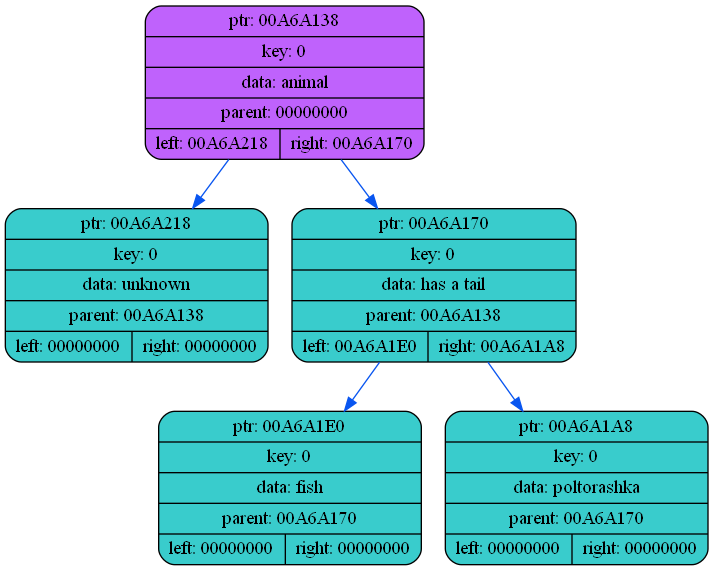
This is dump/dump3.png from coffee8cat/akinator, a Graphviz export, as it was before one commit. Its source is kept beside it as dump/dump3.dot.
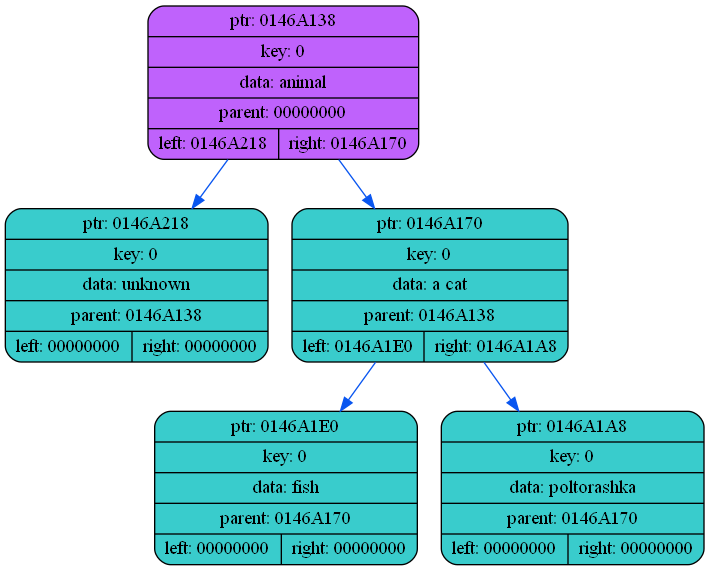
The same file after the commit.

Change to the diagram source:
```diff
@@ -2,13 +2,13 @@
 {
     rankdir=TP
 
-        node00A6A138[shape=record,style="rounded,filled",fillcolor="#BF62FC",label="{ ptr: 00A6A138 | key: 0 | data: animal| parent: 00000000| { left: 00A6A218 | right: 00A6A170 }}"];
-    node00A6A138 -> node00A6A218[color="#0855F0"]
-    node00A6A218[shape=record,style="rounded,filled",fillcolor="#39CCCC",label="{ ptr: 00A6A218 | key: 0 | data: unknown| parent: 00A6A138 | { left: 00000000 | right: 00000000 }}"];
-    node00A6A138 -> node00A6A170[color="#0855F0"]
-    node00A6A170[shape=record,style="rounded,filled",fillcolor="#39CCCC",label="{ ptr: 00A6A170 | key: 0 | data: has a tail| parent: 00A6A138 | { left: 00A6A1E0 | right: 00A6A1A8 }}"];
-    node00A6A170 -> node00A6A1E0[color="#0855F0"]
-    node00A6A1E0[shape=record,style="rounded,filled",fillcolor="#39CCCC",label="{ ptr: 00A6A1E0 | key: 0 | data: fish| parent: 00A6A170 | { left: 00000000 | right: 00000000 }}"];
-    node00A6A170 -> node00A6A1A8[color="#0855F0"]
-    node00A6A1A8[shape=record,style="rounded,filled",fillcolor="#39CCCC",label="{ ptr: 00A6A1A8 | key: 0 | data: poltorashka| parent: 00A6A170 | { left: 00000000 | right: 00000000 }}"];
+        node0146A138[shape=record,style="rounded,filled",fillcolor="#BF62FC",label="{ ptr: 0146A138 | key: 0 | data: animal| parent: 00000000| { left: 0146A218 | right: 0146A170 }}"];
+    node0146A138 -> node0146A218[color="#0855F0"]
+    node0146A218[shape=record,style="rounded,filled",fillcolor="#39CCCC",label="{ ptr: 0146A218 | key: 0 | data: unknown| parent: 0146A138 | { left: 00000000 | right: 00000000 }}"];
+    node0146A138 -> node0146A170[color="#0855F0"]
+    node0146A170[shape=record,style="rounded,filled",fillcolor="#39CCCC",label="{ ptr: 0146A170 | key: 0 | data: a cat| parent: 0146A138 | { left: 0146A1E0 | right: 0146A1A8 }}"];
+    node0146A170 -> node0146A1E0[color="#0855F0"]
+    node0146A1E0[shape=record,style="rounded,filled",fillcolor="#39CCCC",label="{ ptr: 0146A1E0 | key: 0 | data: fish| parent: 0146A170 | { left: 00000000 | right: 00000000 }}"];
+    node0146A170 -> node0146A1A8[color="#0855F0"]
+    node0146A1A8[shape=record,style="rounded,filled",fillcolor="#39CCCC",label="{ ptr: 0146A1A8 | key: 0 | data: poltorashka| parent: 0146A170 | { left: 00000000 | right: 00000000 }}"];
 }
```
